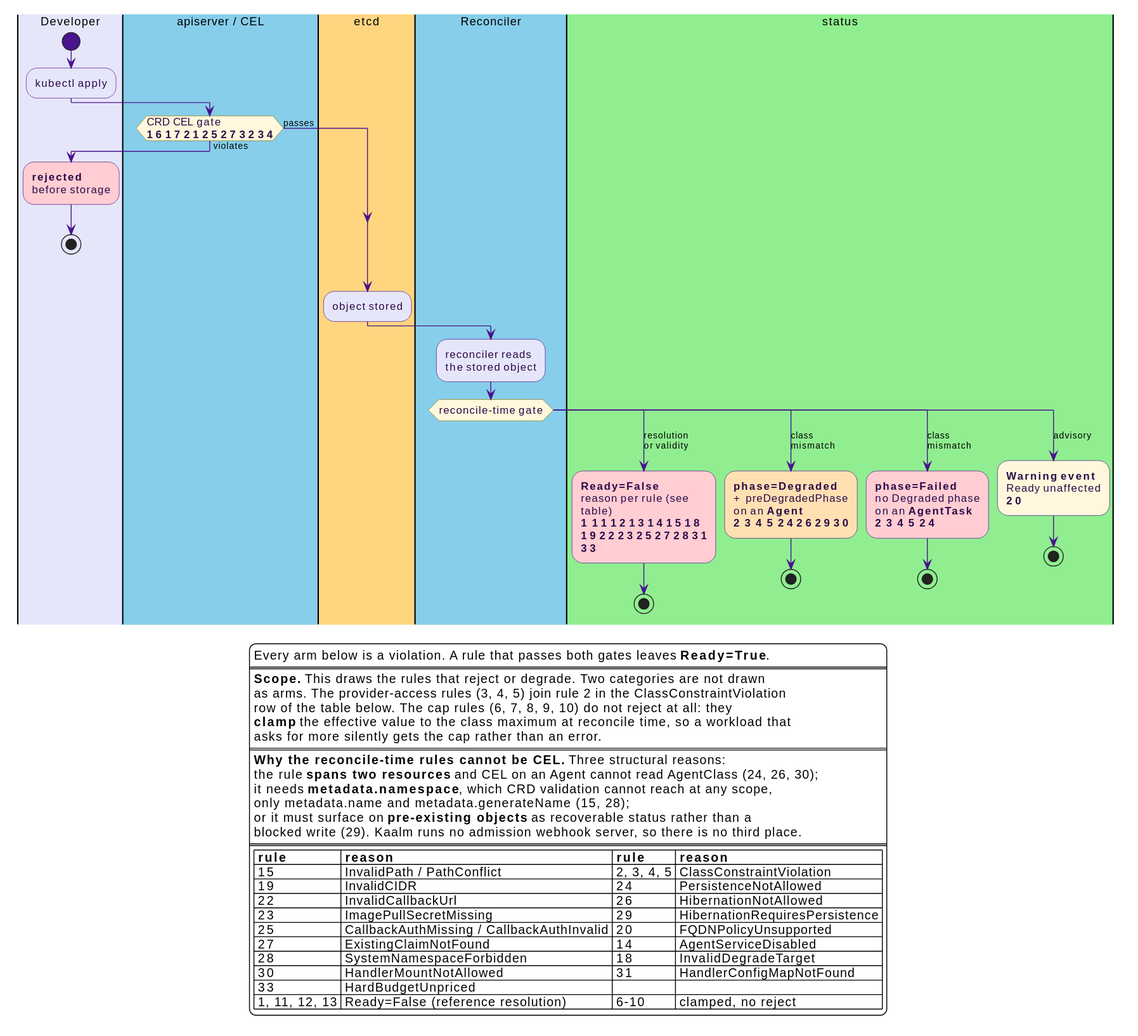
Above: docs/src/diagrams/validation-enforcement.svg in win07xp/kaalm (PlantUML), before the change. Source of this version:
```plantuml
@startuml
!include _style.puml

skinparam ConditionEndStyle hline
skinparam ActivityDiamondFontSize 11
skinparam ActivityFontSize 12
skinparam ArrowFontSize 10
skinparam wrapWidth 150
skinparam nodesep 12

|$agentBg|Developer|
|$ctrlBg|apiserver / CEL|
|$storeBg|etcd|
|$ctrlBg|Reconciler|
|$gwBg|status|

|Developer|
start
:kubectl apply;

|$ctrlBg|apiserver / CEL|
if (CRD CEL gate\n**16 17 21 25 27 32 34**) then (violates)
  |$agentBg|Developer|
  :**rejected**\nbefore storage; <<#FFCDD2>>
  stop
else (passes)
endif

|$storeBg|etcd|
:object stored;

|$ctrlBg|Reconciler|
:reconciler reads\nthe stored object;

switch (reconcile-time gate)
case (resolution\nor validity)
  |$gwBg|status|
  :**Ready=False**\nreason per rule (see table)\n**1 11 12 13 14 15 18**\n**19 22 23 25 27 28 31 33**; <<#FFCDD2>>
  stop
case (class\nmismatch)
  |$gwBg|status|
  :**phase=Degraded**\n+ preDegradedPhase\non an **Agent**\n**2 3 4 5 24 26 29 30**; <<#FFE0B2>>
  stop
case (class\nmismatch)
  |$gwBg|status|
  :**phase=Failed**\nno Degraded phase\non an **AgentTask**\n**2 3 4 5 24**; <<#FFCDD2>>
  stop
case (advisory)
  |$gwBg|status|
  :**Warning event**\nReady unaffected\n**20**; <<#FFF8DC>>
  stop
endswitch

legend bottom
  Every arm below is a violation. A rule that passes both gates leaves **Ready=True**.
  ====
  **Scope.** This draws the rules that reject or degrade. Two categories are not drawn
  as arms. The provider-access rules (3, 4, 5) join rule 2 in the ClassConstraintViolation
  row of the table below. The cap rules (6, 7, 8, 9, 10) do not reject at all: they
  **clamp** the effective value to the class maximum at reconcile time, so a workload that
  asks for more silently gets the cap rather than an error.
  ====
  **Why the reconcile-time rules cannot be CEL.** Three structural reasons:
  the rule **spans two resources** and CEL on an Agent cannot read AgentClass (24, 26, 30);
  it needs **metadata.namespace**, which CRD validation cannot reach at any scope,
  only metadata.name and metadata.generateName (15, 28);
  or it must surface on **pre-existing objects** as recoverable status rather than a
  blocked write (29). Kaalm runs no admission webhook server, so there is no third place.
  ====
  |= rule |= reason |= rule |= reason |
  | 15 | InvalidPath / PathConflict | 2, 3, 4, 5 | ClassConstraintViolation |
  | 19 | InvalidCIDR | 24 | PersistenceNotAllowed |
  | 22 | InvalidCallbackUrl | 26 | HibernationNotAllowed |
  | 23 | ImagePullSecretMissing | 29 | HibernationRequiresPersistence |
  | 25 | CallbackAuthMissing / CallbackAuthInvalid | 20 | FQDNPolicyUnsupported |
  | 27 | ExistingClaimNotFound | 14 | AgentServiceDisabled |
  | 28 | SystemNamespaceForbidden | 18 | InvalidDegradeTarget |
  | 30 | HandlerMountNotAllowed | 31 | HandlerConfigMapNotFound |
  | 33 | HardBudgetUnpriced | | |
  | 1, 11, 12, 13 | Ready=False (reference resolution) | 6-10 | clamped, no reject |
endlegend
@enduml
```
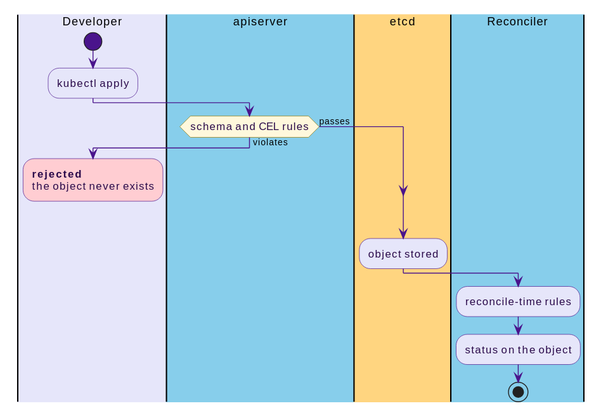
The same diagram one commit later.

What changed in the source:
```diff
@@ -2,81 +2,31 @@
 !include _style.puml
 
 skinparam ConditionEndStyle hline
-skinparam ActivityDiamondFontSize 11
 skinparam ActivityFontSize 12
 skinparam ArrowFontSize 10
-skinparam wrapWidth 150
-skinparam nodesep 12
 
 |$agentBg|Developer|
-|$ctrlBg|apiserver / CEL|
+|$ctrlBg|apiserver|
 |$storeBg|etcd|
 |$ctrlBg|Reconciler|
-|$gwBg|status|
 
 |Developer|
 start
 :kubectl apply;
 
-|$ctrlBg|apiserver / CEL|
-if (CRD CEL gate\n**16 17 21 25 27 32 34**) then (violates)
-  |$agentBg|Developer|
-  :**rejected**\nbefore storage; <<#FFCDD2>>
-  stop
+|apiserver|
+if (schema and CEL rules) then (violates)
+  |Developer|
+  :**rejected**\nthe object never exists; <<#FFCDD2>>
+  kill
 else (passes)
 endif
 
-|$storeBg|etcd|
+|etcd|
 :object stored;
 
-|$ctrlBg|Reconciler|
-:reconciler reads\nthe stored object;
-
-switch (reconcile-time gate)
-case (resolution\nor validity)
-  |$gwBg|status|
-  :**Ready=False**\nreason per rule (see table)\n**1 11 12 13 14 15 18**\n**19 22 23 25 27 28 31 33**; <<#FFCDD2>>
-  stop
-case (class\nmismatch)
-  |$gwBg|status|
-  :**phase=Degraded**\n+ preDegradedPhase\non an **Agent**\n**2 3 4 5 24 26 29 30**; <<#FFE0B2>>
-  stop
-case (class\nmismatch)
-  |$gwBg|status|
-  :**phase=Failed**\nno Degraded phase\non an **AgentTask**\n**2 3 4 5 24**; <<#FFCDD2>>
-  stop
-case (advisory)
-  |$gwBg|status|
-  :**Warning event**\nReady unaffected\n**20**; <<#FFF8DC>>
-  stop
-endswitch
-
-legend bottom
-  Every arm below is a violation. A rule that passes both gates leaves **Ready=True**.
-  ====
-  **Scope.** This draws the rules that reject or degrade. Two categories are not drawn
-  as arms. The provider-access rules (3, 4, 5) join rule 2 in the ClassConstraintViolation
-  row of the table below. The cap rules (6, 7, 8, 9, 10) do not reject at all: they
-  **clamp** the effective value to the class maximum at reconcile time, so a workload that
-  asks for more silently gets the cap rather than an error.
-  ====
-  **Why the reconcile-time rules cannot be CEL.** Three structural reasons:
-  the rule **spans two resources** and CEL on an Agent cannot read AgentClass (24, 26, 30);
-  it needs **metadata.namespace**, which CRD validation cannot reach at any scope,
-  only metadata.name and metadata.generateName (15, 28);
-  or it must surface on **pre-existing objects** as recoverable status rather than a
-  blocked write (29). Kaalm runs no admission webhook server, so there is no third place.
-  ====
-  |= rule |= reason |= rule |= reason |
-  | 15 | InvalidPath / PathConflict | 2, 3, 4, 5 | ClassConstraintViolation |
-  | 19 | InvalidCIDR | 24 | PersistenceNotAllowed |
-  | 22 | InvalidCallbackUrl | 26 | HibernationNotAllowed |
-  | 23 | ImagePullSecretMissing | 29 | HibernationRequiresPersistence |
-  | 25 | CallbackAuthMissing / CallbackAuthInvalid | 20 | FQDNPolicyUnsupported |
-  | 27 | ExistingClaimNotFound | 14 | AgentServiceDisabled |
-  | 28 | SystemNamespaceForbidden | 18 | InvalidDegradeTarget |
-  | 30 | HandlerMountNotAllowed | 31 | HandlerConfigMapNotFound |
-  | 33 | HardBudgetUnpriced | | |
-  | 1, 11, 12, 13 | Ready=False (reference resolution) | 6-10 | clamped, no reject |
-endlegend
+|Reconciler|
+:reconcile-time rules;
+:status on the object;
+stop
 @enduml
```
